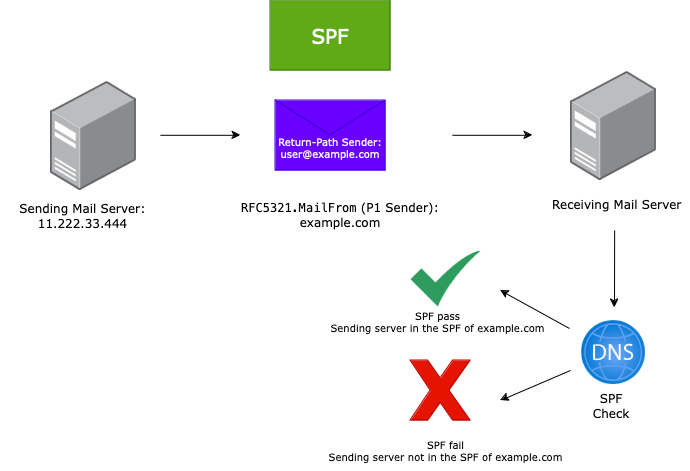
vand3rlinden/vand3rlinden.github.io keeps this draw.io diagram as static/images/spf-dkim-dmarc-explanation/spf-visual.png. Above is the earlier version. Source tidied: cells renumbered, new cells last; positions are measured from the earlier drawing's top-left corner, leaving out a move shared by most shapes. The source it was exported from:
```xml
<mxGraphModel>
  <root>
    <mxCell id="0" />
    <mxCell id="1" parent="0" />
    <mxCell id="2" value="SPF" style="text;html=1;align=center;verticalAlign=middle;whiteSpace=wrap;rounded=0;fillColor=#60a917;strokeColor=#2D7600;fontColor=#ffffff;fontFamily=Verdana;fontSize=20;" parent="1" vertex="1">
      <mxGeometry x="270" width="120" height="70" as="geometry" />
    </mxCell>
    <mxCell id="3" style="shape=message;html=1;html=1;labelPosition=center;verticalLabelPosition=bottom;align=center;verticalAlign=top;fillColor=#6a00ff;fontColor=#ffffff;strokeColor=#3700CC;" parent="1" vertex="1">
      <mxGeometry x="275" y="100" width="110" height="70" as="geometry" />
    </mxCell>
    <mxCell id="4" value="Sending Mail Server: 11.222.33.444" style="text;html=1;align=center;verticalAlign=middle;whiteSpace=wrap;rounded=0;fontFamily=Verdana;" parent="1" vertex="1">
      <mxGeometry y="200" width="165" height="30" as="geometry" />
    </mxCell>
    <mxCell id="5" style="endArrow=classic;html=1;rounded=0;" parent="1" edge="1">
      <mxGeometry relative="1" as="geometry">
        <mxPoint x="160" y="134.8" as="sourcePoint" />
        <mxPoint x="240" y="134.8" as="targetPoint" />
      </mxGeometry>
    </mxCell>
    <mxCell id="6" style="image;html=1;align=center;shadow=0;dashed=0;image=img/lib/allied_telesis/computer_and_terminals/Server_Desktop.svg;" parent="1" vertex="1">
      <mxGeometry x="50" y="80.6" width="86.3" height="109.4" as="geometry" />
    </mxCell>
    <mxCell id="7" value="&lt;code&gt;RFC5321.MailFrom&lt;/code&gt; (P1 Sender): example.com" style="text;html=1;align=center;verticalAlign=middle;whiteSpace=wrap;rounded=0;fontFamily=Verdana;" parent="1" vertex="1">
      <mxGeometry x="220" y="199" width="240" height="30" as="geometry" />
    </mxCell>
    <mxCell id="8" style="endArrow=classic;html=1;rounded=0;" parent="1" edge="1">
      <mxGeometry relative="1" as="geometry">
        <mxPoint x="452" y="134.8" as="sourcePoint" />
        <mxPoint x="532" y="134.8" as="targetPoint" />
      </mxGeometry>
    </mxCell>
    <mxCell id="9" style="image;html=1;align=center;shadow=0;dashed=0;image=img/lib/allied_telesis/computer_and_terminals/Server_Desktop.svg;" parent="1" vertex="1">
      <mxGeometry x="570" y="70.6" width="86.3" height="109.4" as="geometry" />
    </mxCell>
    <mxCell id="10" value="Receiving Mail Server" style="text;whiteSpace=wrap;html=1;fontFamily=Verdana;" parent="1" vertex="1">
      <mxGeometry x="550" y="190" width="140" height="40" as="geometry" />
    </mxCell>
    <mxCell id="11" style="image;html=1;align=center;fontSize=12;image=img/lib/azure2/networking/DNS_Zones.svg;" parent="1" vertex="1">
      <mxGeometry x="581.2" y="320" width="64" height="64" as="geometry" />
    </mxCell>
    <mxCell id="12" style="endArrow=classic;html=1;rounded=0;" parent="1" edge="1">
      <mxGeometry relative="1" as="geometry">
        <mxPoint x="614.1" y="230" as="sourcePoint" />
        <mxPoint x="614" y="307" as="targetPoint" />
      </mxGeometry>
    </mxCell>
    <mxCell id="13" value="Return-Path Sender: user@example.com" style="text;html=1;align=center;verticalAlign=middle;whiteSpace=wrap;rounded=0;fontFamily=Verdana;fontSize=10;fontColor=#FFFFFF;" parent="1" vertex="1">
      <mxGeometry x="250" y="132" width="160" height="30" as="geometry" />
    </mxCell>
    <mxCell id="14" value="SPF Check" style="text;html=1;align=center;verticalAlign=middle;whiteSpace=wrap;rounded=0;fontFamily=Verdana;" parent="1" vertex="1">
      <mxGeometry x="581.1" y="390" width="60" height="30" as="geometry" />
    </mxCell>
    <mxCell id="15" style="sketch=0;html=1;strokeColor=none;shadow=0;align=center;fillColor=#2D9C5E;verticalAlign=top;labelPosition=center;verticalLabelPosition=bottom;shape=mxgraph.gcp2.check;" parent="1" vertex="1">
      <mxGeometry x="410" y="250" width="70" height="56" as="geometry" />
    </mxCell>
    <mxCell id="16" value="SPF pass&lt;br style=&quot;font-size: 10px;&quot;&gt;Sending server in the SPF of example.com" style="text;html=1;align=center;verticalAlign=middle;strokeColor=none;fillColor=none;fontFamily=Verdana;fontSize=10;" parent="1" vertex="1">
      <mxGeometry x="317" y="301" width="240" height="40" as="geometry" />
    </mxCell>
    <mxCell id="17" style="verticalLabelPosition=bottom;verticalAlign=top;html=1;shape=mxgraph.basic.x;fillColor=#e51400;fontColor=#ffffff;strokeColor=#B20000;" parent="1" vertex="1">
      <mxGeometry x="410" y="360" width="60" height="60" as="geometry" />
    </mxCell>
    <mxCell id="18" value="SPF fail&lt;br style=&quot;font-size: 10px;&quot;&gt;Sending server not in the SPF of example.com" style="text;html=1;align=center;verticalAlign=middle;strokeColor=none;fillColor=none;fontFamily=Verdana;fontSize=10;" parent="1" vertex="1">
      <mxGeometry x="315" y="430" width="260" height="40" as="geometry" />
    </mxCell>
    <mxCell id="19" style="endArrow=classic;html=1;rounded=0;exitX=0.15;exitY=0.3;exitDx=0;exitDy=0;exitPerimeter=0;" parent="1" edge="1">
      <mxGeometry relative="1" as="geometry">
        <mxPoint x="569" y="328" as="sourcePoint" />
        <mxPoint x="500" y="290" as="targetPoint" />
      </mxGeometry>
    </mxCell>
    <mxCell id="20" style="endArrow=classic;html=1;rounded=0;" parent="1" edge="1">
      <mxGeometry relative="1" as="geometry">
        <mxPoint x="570" y="370" as="sourcePoint" />
        <mxPoint x="500" y="400" as="targetPoint" />
      </mxGeometry>
    </mxCell>
  </root>
</mxGraphModel>
```
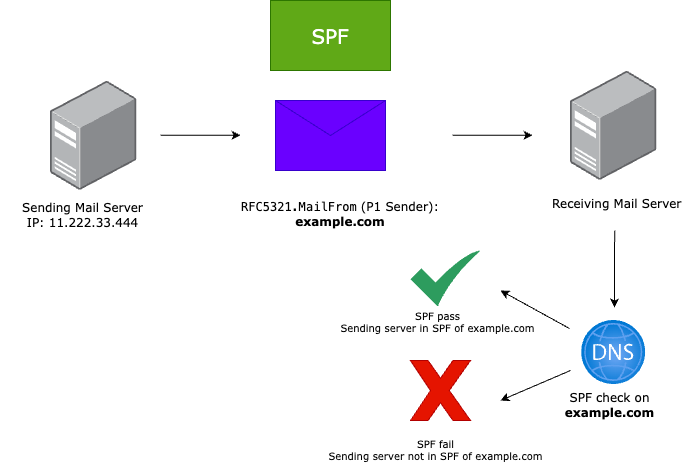
The same diagram one commit later.

What changed in the source:
```diff
@@ -8,7 +8,7 @@
     <mxCell id="3" style="shape=message;html=1;html=1;labelPosition=center;verticalLabelPosition=bottom;align=center;verticalAlign=top;fillColor=#6a00ff;fontColor=#ffffff;strokeColor=#3700CC;" parent="1" vertex="1">
       <mxGeometry x="275" y="100" width="110" height="70" as="geometry" />
     </mxCell>
-    <mxCell id="4" value="Sending Mail Server: 11.222.33.444" style="text;html=1;align=center;verticalAlign=middle;whiteSpace=wrap;rounded=0;fontFamily=Verdana;" parent="1" vertex="1">
+    <mxCell id="4" value="Sending Mail Server &lt;br&gt;IP: 11.222.33.444" style="text;html=1;align=center;verticalAlign=middle;whiteSpace=wrap;rounded=0;fontFamily=Verdana;" parent="1" vertex="1">
       <mxGeometry y="200" width="165" height="30" as="geometry" />
     </mxCell>
     <mxCell id="5" style="endArrow=classic;html=1;rounded=0;" parent="1" edge="1">
@@ -20,7 +20,7 @@
     <mxCell id="6" style="image;html=1;align=center;shadow=0;dashed=0;image=img/lib/allied_telesis/computer_and_terminals/Server_Desktop.svg;" parent="1" vertex="1">
       <mxGeometry x="50" y="80.6" width="86.3" height="109.4" as="geometry" />
     </mxCell>
-    <mxCell id="7" value="&lt;code&gt;RFC5321.MailFrom&lt;/code&gt; (P1 Sender): example.com" style="text;html=1;align=center;verticalAlign=middle;whiteSpace=wrap;rounded=0;fontFamily=Verdana;" parent="1" vertex="1">
+    <mxCell id="7" value="&lt;code&gt;RFC5321.MailFrom&lt;/code&gt; (P1 Sender): &lt;b&gt;example.com&lt;/b&gt;" style="text;html=1;align=center;verticalAlign=middle;whiteSpace=wrap;rounded=0;fontFamily=Verdana;" parent="1" vertex="1">
       <mxGeometry x="220" y="199" width="240" height="30" as="geometry" />
     </mxCell>
     <mxCell id="8" style="endArrow=classic;html=1;rounded=0;" parent="1" edge="1">
@@ -44,23 +44,20 @@
         <mxPoint x="614" y="307" as="targetPoint" />
       </mxGeometry>
     </mxCell>
-    <mxCell id="13" value="Return-Path Sender: user@example.com" style="text;html=1;align=center;verticalAlign=middle;whiteSpace=wrap;rounded=0;fontFamily=Verdana;fontSize=10;fontColor=#FFFFFF;" parent="1" vertex="1">
-      <mxGeometry x="250" y="132" width="160" height="30" as="geometry" />
-    </mxCell>
-    <mxCell id="14" value="SPF Check" style="text;html=1;align=center;verticalAlign=middle;whiteSpace=wrap;rounded=0;fontFamily=Verdana;" parent="1" vertex="1">
-      <mxGeometry x="581.1" y="390" width="60" height="30" as="geometry" />
+    <mxCell id="14" value="SPF check on &lt;b&gt;example.com&lt;/b&gt;" style="text;html=1;align=center;verticalAlign=middle;whiteSpace=wrap;rounded=0;fontFamily=Verdana;" parent="1" vertex="1">
+      <mxGeometry x="555" y="390" width="108.8" height="30" as="geometry" />
     </mxCell>
     <mxCell id="15" style="sketch=0;html=1;strokeColor=none;shadow=0;align=center;fillColor=#2D9C5E;verticalAlign=top;labelPosition=center;verticalLabelPosition=bottom;shape=mxgraph.gcp2.check;" parent="1" vertex="1">
       <mxGeometry x="410" y="250" width="70" height="56" as="geometry" />
     </mxCell>
-    <mxCell id="16" value="SPF pass&lt;br style=&quot;font-size: 10px;&quot;&gt;Sending server in the SPF of example.com" style="text;html=1;align=center;verticalAlign=middle;strokeColor=none;fillColor=none;fontFamily=Verdana;fontSize=10;" parent="1" vertex="1">
-      <mxGeometry x="317" y="301" width="240" height="40" as="geometry" />
+    <mxCell id="16" value="SPF pass&lt;br style=&quot;font-size: 10px;&quot;&gt;Sending server in SPF of example.com" style="text;html=1;align=center;verticalAlign=middle;strokeColor=none;fillColor=none;fontFamily=Verdana;fontSize=10;" parent="1" vertex="1">
+      <mxGeometry x="327" y="301" width="220" height="40" as="geometry" />
     </mxCell>
     <mxCell id="17" style="verticalLabelPosition=bottom;verticalAlign=top;html=1;shape=mxgraph.basic.x;fillColor=#e51400;fontColor=#ffffff;strokeColor=#B20000;" parent="1" vertex="1">
       <mxGeometry x="410" y="360" width="60" height="60" as="geometry" />
     </mxCell>
-    <mxCell id="18" value="SPF fail&lt;br style=&quot;font-size: 10px;&quot;&gt;Sending server not in the SPF of example.com" style="text;html=1;align=center;verticalAlign=middle;strokeColor=none;fillColor=none;fontFamily=Verdana;fontSize=10;" parent="1" vertex="1">
-      <mxGeometry x="315" y="430" width="260" height="40" as="geometry" />
+    <mxCell id="18" value="SPF fail&lt;br style=&quot;font-size: 10px;&quot;&gt;Sending server not in SPF of example.com" style="text;html=1;align=center;verticalAlign=middle;strokeColor=none;fillColor=none;fontFamily=Verdana;fontSize=10;" parent="1" vertex="1">
+      <mxGeometry x="315" y="429" width="240" height="40" as="geometry" />
     </mxCell>
     <mxCell id="19" style="endArrow=classic;html=1;rounded=0;exitX=0.15;exitY=0.3;exitDx=0;exitDy=0;exitPerimeter=0;" parent="1" edge="1">
       <mxGeometry relative="1" as="geometry">
```
